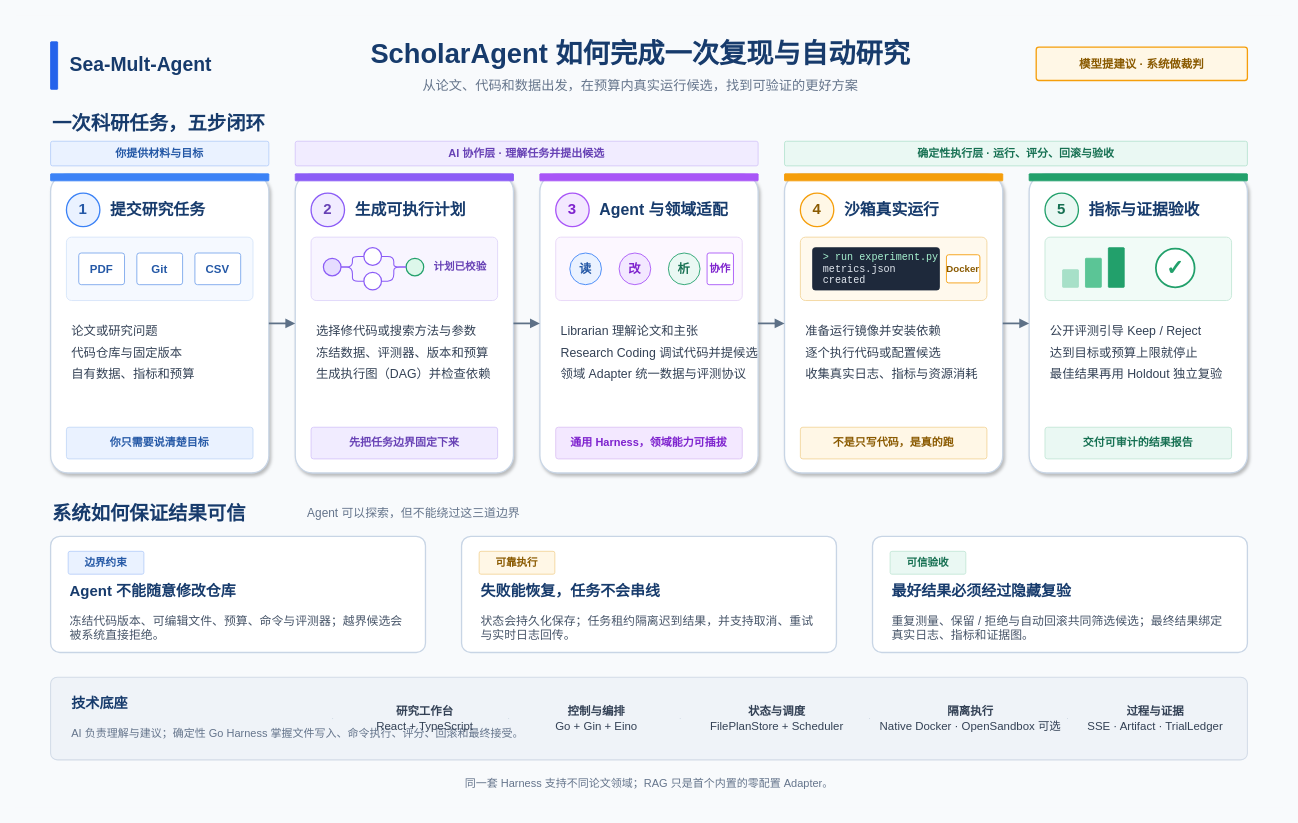
Before: ArchitectureDiagram.drawio in yu-xin-c/Sea-mult-agent, a draw.io diagram. Source tidied: cells renumbered, new cells numbered last; positions are measured from the earlier drawing's top-left corner, leaving out a move shared by most shapes. Both pictures are drawn from the tidied source at 88%, with x=0, y=0 at pixel (15, 15).
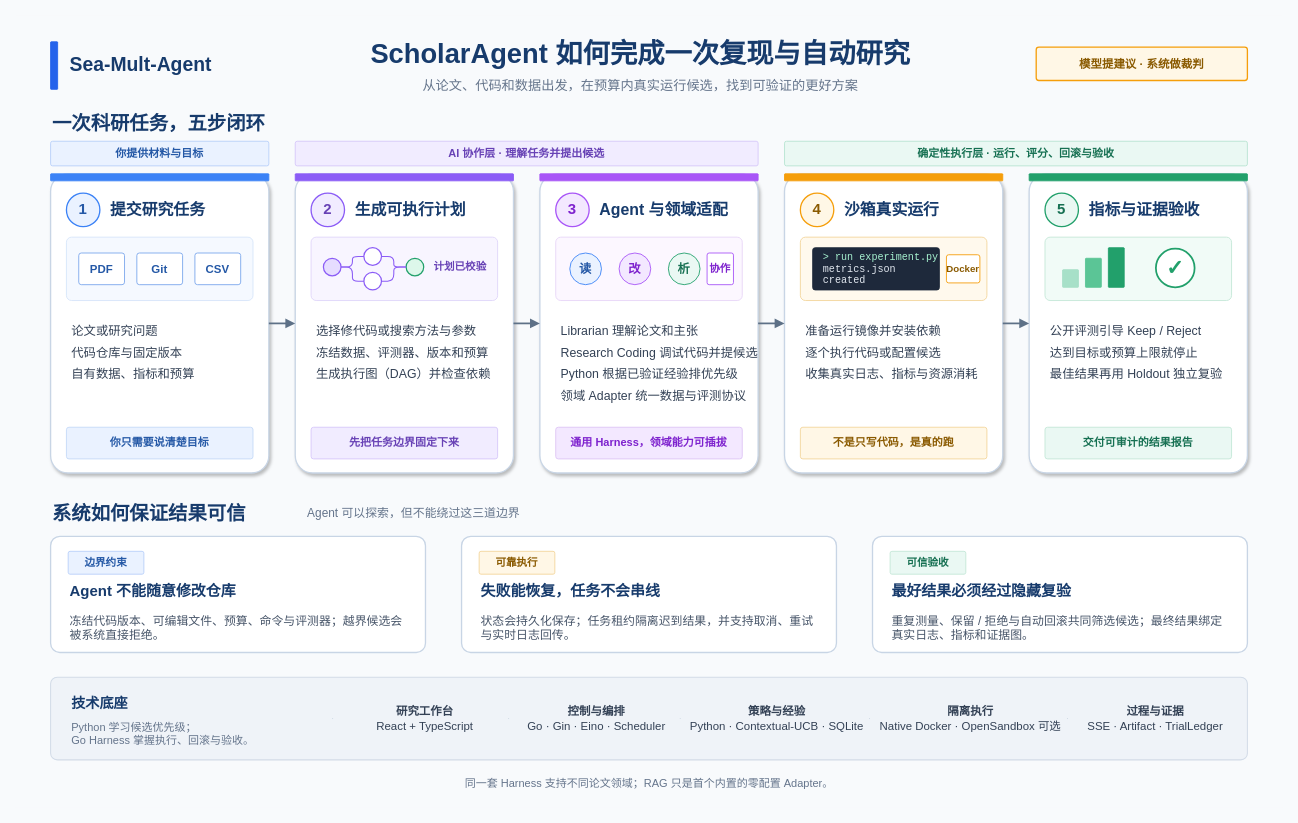
The same page after the edit.

What changed in the source:
```diff
@@
-    <mxCell id="43" value="&lt;div style=&quot;line-height:1.75&quot;&gt;Librarian 理解论文和主张&lt;br&gt;Research Coding 调试代码并提候选&lt;br&gt;领域 Adapter 统一数据与评测协议&lt;/div&gt;" style="text;html=1;strokeColor=none;fillColor=none;align=left;verticalAlign=top;spacing=2;fontFamily=Helvetica;fontSize=14;fontColor=#334155;" parent="1" vertex="1">
+    <mxCell id="43" value="&lt;div style=&quot;line-height:1.75&quot;&gt;Librarian 理解论文和主张&lt;br&gt;Research Coding 调试代码并提候选&lt;br&gt;Python 根据已验证经验排优先级&lt;br&gt;领域 Adapter 统一数据与评测协议&lt;/div&gt;" style="text;html=1;strokeColor=none;fillColor=none;align=left;verticalAlign=top;spacing=2;fontFamily=Helvetica;fontSize=14;fontColor=#334155;" parent="1" vertex="1">
       <mxGeometry x="618" y="340" width="204" height="108" as="geometry" />
     </mxCell>
@@
-    <mxCell id="89" value="AI 负责理解与建议；确定性 Go Harness 掌握文件写入、命令执行、评分、回滚和最终接受。" style="text;html=1;strokeColor=none;fillColor=none;align=left;verticalAlign=middle;fontFamily=Helvetica;fontSize=12.5;fontColor=#64748B;" parent="1" vertex="1">
+    <mxCell id="89" value="Python 学习候选优先级；&lt;br&gt;Go Harness 掌握执行、回滚与验收。" style="text;html=1;strokeColor=none;fillColor=none;align=left;verticalAlign=middle;fontFamily=Helvetica;fontSize=12.5;fontColor=#64748B;" parent="1" vertex="1">
       <mxGeometry x="62" y="800" width="290" height="34" as="geometry" />
     </mxCell>
@@
-    <mxCell id="91" value="&lt;b&gt;控制与编排&lt;/b&gt;&lt;br&gt;Go + Gin + Eino" style="text;html=1;strokeColor=none;fillColor=none;align=center;verticalAlign=middle;fontFamily=Helvetica;fontSize=13;fontColor=#334155;" parent="1" vertex="1">
+    <mxCell id="91" value="&lt;b&gt;控制与编排&lt;/b&gt;&lt;br&gt;Go · Gin · Eino · Scheduler" style="text;html=1;strokeColor=none;fillColor=none;align=center;verticalAlign=middle;fontFamily=Helvetica;fontSize=13;fontColor=#334155;" parent="1" vertex="1">
       <mxGeometry x="575" y="770" width="170" height="58" as="geometry" />
     </mxCell>
-    <mxCell id="92" value="&lt;b&gt;状态与调度&lt;/b&gt;&lt;br&gt;FilePlanStore + Scheduler" style="text;html=1;strokeColor=none;fillColor=none;align=center;verticalAlign=middle;fontFamily=Helvetica;fontSize=13;fontColor=#334155;" parent="1" vertex="1">
+    <mxCell id="92" value="&lt;b&gt;策略与经验&lt;/b&gt;&lt;br&gt;Python · Contextual-UCB · SQLite" style="text;html=1;strokeColor=none;fillColor=none;align=center;verticalAlign=middle;fontFamily=Helvetica;fontSize=13;fontColor=#334155;" parent="1" vertex="1">
       <mxGeometry x="770" y="770" width="190" height="58" as="geometry" />
     </mxCell>
```
